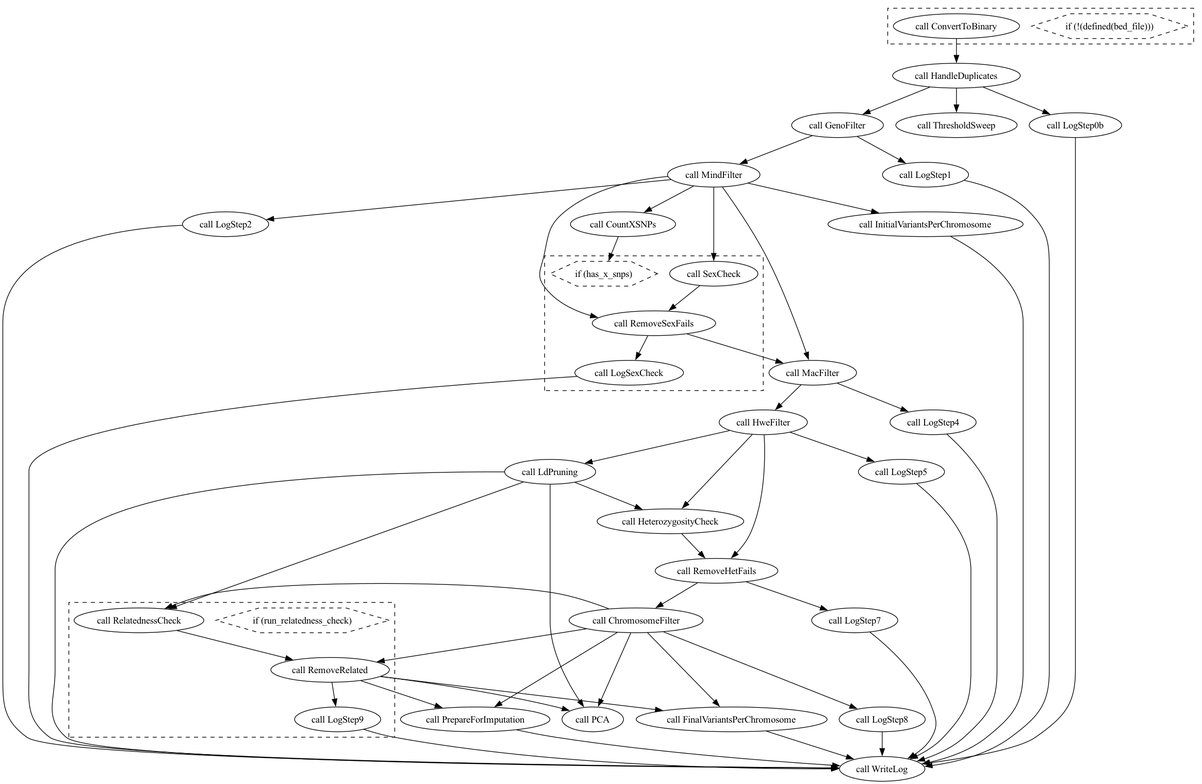
Earlier version of the Graphviz export doc/genotype_qc_preimputation.png (gwotto/genotype_qc_pipeline). Its source is kept beside it as doc/genotype_qc_preimputation.dot.
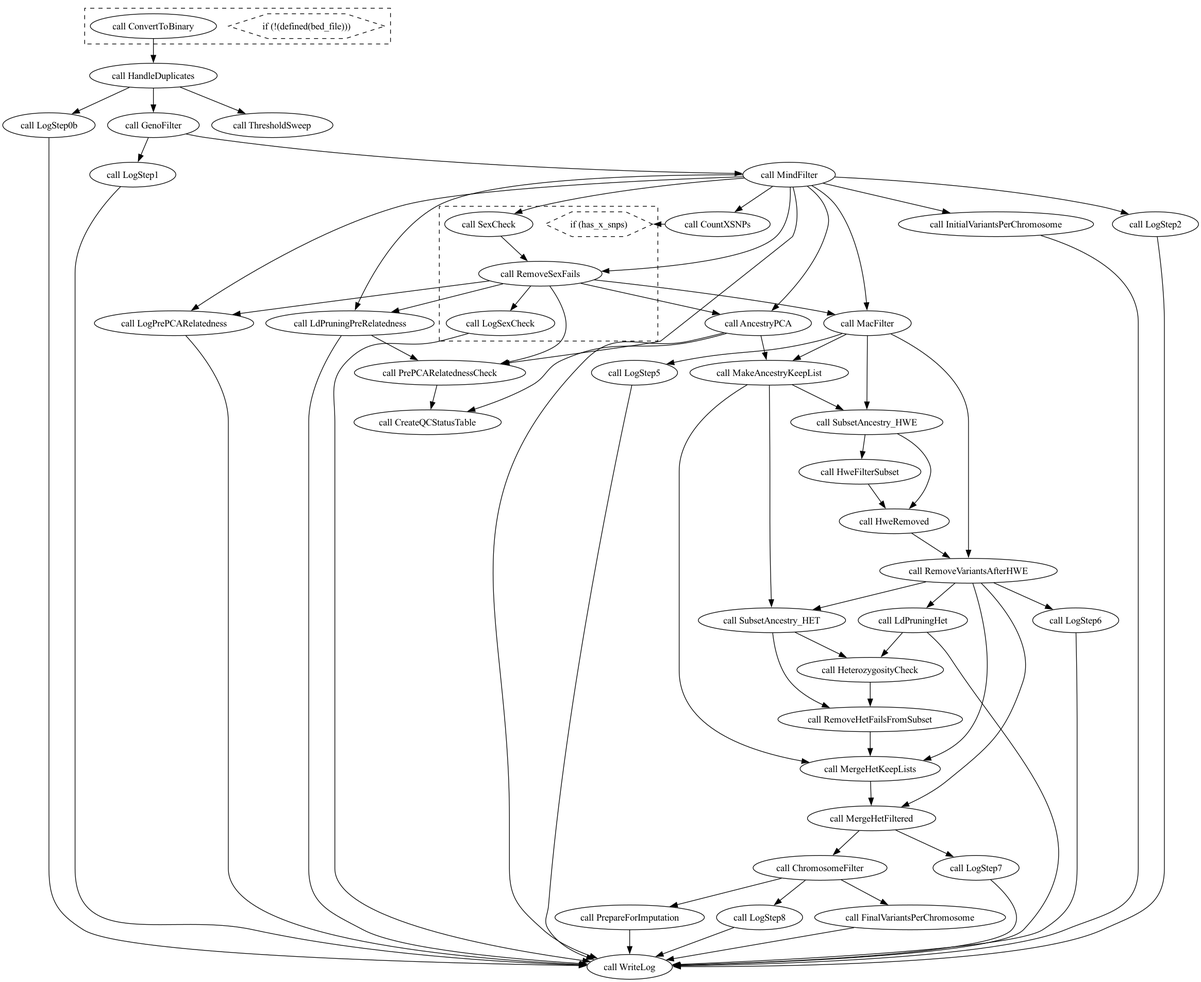
Later version of the same file.

Change to the diagram source:
```diff
@@ -3,103 +3,124 @@
   compound=true;
 
   # Links
-  CALL_HeterozygosityCheck -> CALL_RemoveHetFails
-  CALL_HandleDuplicates -> CALL_LogStep0b
-  CALL_LogStep7 -> CALL_WriteLog
-  CALL_LogSexCheck -> CALL_WriteLog
-  CALL_RemoveSexFails -> CALL_MacFilter
-  CALL_HandleDuplicates -> CALL_ThresholdSweep
-  CALL_LdPruning -> CALL_HeterozygosityCheck
+  CALL_RemoveHetFailsFromSubset -> CALL_MergeHetKeepLists
+  CALL_MindFilter -> CALL_PrePCARelatednessCheck
+  CALL_SubsetAncestry_HET -> CALL_HeterozygosityCheck
   CALL_RemoveSexFails -> CALL_LogSexCheck
-  CALL_LdPruning -> CALL_WriteLog
-  CALL_HweFilter -> CALL_LogStep5
-  CALL_LogStep9 -> CALL_WriteLog
-  CALL_LogStep0b -> CALL_WriteLog
-  CALL_LogStep4 -> CALL_WriteLog
-  CALL_HweFilter -> CALL_RemoveHetFails
+  CALL_RemoveSexFails -> CALL_LogPrePCARelatedness
+  CALL_LdPruningHet -> CALL_WriteLog
+  CALL_LdPruningPreRelatedness -> CALL_PrePCARelatednessCheck
+  CALL_LogPrePCARelatedness -> CALL_WriteLog
+  CALL_MakeAncestryKeepList -> CALL_SubsetAncestry_HWE
   CALL_MindFilter -> CALL_SexCheck
-  CALL_RemoveHetFails -> CALL_ChromosomeFilter
-  CALL_RemoveRelated -> CALL_PrepareForImputation
+  CALL_MergeHetFiltered -> CALL_ChromosomeFilter
   CALL_MindFilter -> CALL_CountXSNPs
-  CALL_MacFilter -> CALL_HweFilter
-  CALL_LdPruning -> CALL_PCA
-  CALL_LdPruning -> CALL_RelatednessCheck
+  CALL_AncestryPCA -> CALL_WriteLog
+  CALL_MergeHetKeepLists -> CALL_MergeHetFiltered
+  CALL_LdPruningHet -> CALL_HeterozygosityCheck
   CALL_CountXSNPs -> CONDITIONAL_1_EXPRESSION
+  CALL_MacFilter -> CALL_MakeAncestryKeepList
   CALL_LogStep8 -> CALL_WriteLog
   CALL_LogStep1 -> CALL_WriteLog
-  CALL_RemoveRelated -> CALL_PCA
   CALL_MindFilter -> CALL_RemoveSexFails
   CALL_LogStep5 -> CALL_WriteLog
   CALL_ChromosomeFilter -> CALL_FinalVariantsPerChromosome
+  CALL_SubsetAncestry_HET -> CALL_RemoveHetFailsFromSubset
+  CALL_HandleDuplicates -> CALL_LogStep0b
+  CALL_RemoveVariantsAfterHWE -> CALL_LogStep6
+  CALL_MacFilter -> CALL_SubsetAncestry_HWE
+  CALL_MindFilter -> CALL_LdPruningPreRelatedness
+  CALL_LogStep7 -> CALL_WriteLog
+  CALL_SubsetAncestry_HWE -> CALL_HweRemoved
   CALL_MindFilter -> CALL_InitialVariantsPerChromosome
-  CALL_ChromosomeFilter -> CALL_PCA
+  CALL_HweFilterSubset -> CALL_HweRemoved
+  CALL_RemoveVariantsAfterHWE -> CALL_MergeHetFiltered
   CALL_ConvertToBinary -> CALL_HandleDuplicates
   CALL_HandleDuplicates -> CALL_GenoFilter
-  CALL_MacFilter -> CALL_LogStep4
   CALL_MindFilter -> CALL_LogStep2
+  CALL_AncestryPCA -> CALL_CreateQCStatusTable
+  CALL_MacFilter -> CALL_RemoveVariantsAfterHWE
+  CALL_LogSexCheck -> CALL_WriteLog
   CALL_ChromosomeFilter -> CALL_LogStep8
+  CALL_LogStep6 -> CALL_WriteLog
   CALL_ChromosomeFilter -> CALL_PrepareForImputation
-  CALL_ChromosomeFilter -> CALL_RemoveRelated
   CALL_MindFilter -> CALL_MacFilter
-  CALL_HweFilter -> CALL_LdPruning
-  CALL_RelatednessCheck -> CALL_RemoveRelated
+  CALL_PrePCARelatednessCheck -> CALL_CreateQCStatusTable
   CALL_GenoFilter -> CALL_MindFilter
+  CALL_RemoveSexFails -> CALL_MacFilter
+  CALL_MergeHetFiltered -> CALL_LogStep7
   CALL_InitialVariantsPerChromosome -> CALL_WriteLog
   CALL_FinalVariantsPerChromosome -> CALL_WriteLog
-  CALL_HweFilter -> CALL_HeterozygosityCheck
+  CALL_SubsetAncestry_HWE -> CALL_HweFilterSubset
   CALL_SexCheck -> CALL_RemoveSexFails
-  CALL_RemoveRelated -> CALL_FinalVariantsPerChromosome
-  CALL_RemoveRelated -> CALL_LogStep9
+  CALL_MakeAncestryKeepList -> CALL_MergeHetKeepLists
+  CALL_RemoveVariantsAfterHWE -> CALL_MergeHetKeepLists
+  CALL_HandleDuplicates -> CALL_ThresholdSweep
+  CALL_HweRemoved -> CALL_RemoveVariantsAfterHWE
+  CALL_HeterozygosityCheck -> CALL_RemoveHetFailsFromSubset
   CALL_GenoFilter -> CALL_LogStep1
-  CALL_ChromosomeFilter -> CALL_RelatednessCheck
+  CALL_RemoveSexFails -> CALL_AncestryPCA
+  CALL_MindFilter -> CALL_LogPrePCARelatedness
+  CALL_LdPruningPreRelatedness -> CALL_WriteLog
+  CALL_RemoveSexFails -> CALL_LdPruningPreRelatedness
+  CALL_RemoveSexFails -> CALL_PrePCARelatednessCheck
+  CALL_MacFilter -> CALL_LogStep5
+  CALL_MindFilter -> CALL_AncestryPCA
   CALL_PrepareForImputation -> CALL_WriteLog
-  CALL_RemoveHetFails -> CALL_LogStep7
+  CALL_MakeAncestryKeepList -> CALL_SubsetAncestry_HET
   CALL_LogStep2 -> CALL_WriteLog
+  CALL_AncestryPCA -> CALL_MakeAncestryKeepList
+  CALL_RemoveVariantsAfterHWE -> CALL_LdPruningHet
+  CALL_RemoveVariantsAfterHWE -> CALL_SubsetAncestry_HET
+  CALL_LogStep0b -> CALL_WriteLog
 
   # Nodes
+  CALL_LogPrePCARelatedness [label="call LogPrePCARelatedness"]
+  CALL_MergeHetFiltered [label="call MergeHetFiltered"]
+  CALL_HweRemoved [label="call HweRemoved"]
+  CALL_LdPruningHet [label="call LdPruningHet"]
+  subgraph cluster_1 {
+    style="filled,dashed";
+    fillcolor=white;
+    CALL_RemoveSexFails [label="call RemoveSexFails"]
+    CALL_SexCheck [label="call SexCheck"]
+    CALL_LogSexCheck [label="call LogSexCheck"]
+    CONDITIONAL_1_EXPRESSION [shape="hexagon" label="if (has_x_snps)" style="dashed" ]
+  }
+  CALL_LogStep2 [label="call LogStep2"]
+  CALL_LogStep0b [label="call LogStep0b"]
+  CALL_CountXSNPs [label="call CountXSNPs"]
+  CALL_SubsetAncestry_HET [label="call SubsetAncestry_HET"]
+  CALL_RemoveVariantsAfterHWE [label="call RemoveVariantsAfterHWE"]
+  CALL_WriteLog [label="call WriteLog"]
+  CALL_ThresholdSweep [label="call ThresholdSweep"]
+  CALL_LogStep7 [label="call LogStep7"]
+  CALL_MakeAncestryKeepList [label="call MakeAncestryKeepList"]
+  CALL_HeterozygosityCheck [label="call HeterozygosityCheck"]
+  CALL_LogStep1 [label="call LogStep1"]
+  CALL_MergeHetKeepLists [label="call MergeHetKeepLists"]
+  CALL_PrePCARelatednessCheck [label="call PrePCARelatednessCheck"]
+  CALL_LogStep6 [label="call LogStep6"]
+  CALL_MindFilter [label="call MindFilter"]
+  CALL_LogStep8 [label="call LogStep8"]
+  CALL_MacFilter [label="call MacFilter"]
+  CALL_HandleDuplicates [label="call HandleDuplicates"]
+  CALL_CreateQCStatusTable [label="call CreateQCStatusTable"]
+  CALL_AncestryPCA [label="call AncestryPCA"]
+  CALL_LogStep5 [label="call LogStep5"]
   subgraph cluster_0 {
     style="filled,dashed";
     fillcolor=white;
-    CALL_RelatednessCheck [label="call RelatednessCheck"]
-    CALL_RemoveRelated [label="call RemoveRelated"]
-    CALL_LogStep9 [label="call LogStep9"]
-    CONDITIONAL_0_EXPRESSION [shape="hexagon" label="if (run_relatedness_check)" style="dashed" ]
+    CALL_ConvertToBinary [label="call ConvertToBinary"]
+    CONDITIONAL_0_EXPRESSION [shape="hexagon" label="if (!(defined(bed_file)))" style="dashed" ]
   }
-  CALL_WriteLog [label="call WriteLog"]
-  subgraph cluster_2 {
-    style="filled,dashed";
-    fillcolor=white;
-    CALL_ConvertToBinary [label="call ConvertToBinary"]
-    CONDITIONAL_2_EXPRESSION [shape="hexagon" label="if (!(defined(bed_file)))" style="dashed" ]
-  }
-  subgraph cluster_1 {
-    style="filled,dashed";
-    fillcolor=white;
-    CALL_LogSexCheck [label="call LogSexCheck"]
-    CALL_SexCheck [label="call SexCheck"]
-    CALL_RemoveSexFails [label="call RemoveSexFails"]
-    CONDITIONAL_1_EXPRESSION [shape="hexagon" label="if (has_x_snps)" style="dashed" ]
-  }
-  CALL_LdPruning [label="call LdPruning"]
-  CALL_MindFilter [label="call MindFilter"]
-  CALL_LogStep5 [label="call LogStep5"]
+  CALL_LdPruningPreRelatedness [label="call LdPruningPreRelatedness"]
   CALL_FinalVariantsPerChromosome [label="call FinalVariantsPerChromosome"]
-  CALL_RemoveHetFails [label="call RemoveHetFails"]
-  CALL_PCA [label="call PCA"]
-  CALL_LogStep2 [label="call LogStep2"]
-  CALL_CountXSNPs [label="call CountXSNPs"]
-  CALL_LogStep0b [label="call LogStep0b"]
-  CALL_ThresholdSweep [label="call ThresholdSweep"]
-  CALL_LogStep7 [label="call LogStep7"]
-  CALL_LogStep4 [label="call LogStep4"]
-  CALL_HeterozygosityCheck [label="call HeterozygosityCheck"]
-  CALL_LogStep1 [label="call LogStep1"]
-  CALL_LogStep8 [label="call LogStep8"]
-  CALL_MacFilter [label="call MacFilter"]
-  CALL_HandleDuplicates [label="call HandleDuplicates"]
   CALL_InitialVariantsPerChromosome [label="call InitialVariantsPerChromosome"]
+  CALL_HweFilterSubset [label="call HweFilterSubset"]
   CALL_GenoFilter [label="call GenoFilter"]
   CALL_ChromosomeFilter [label="call ChromosomeFilter"]
   CALL_PrepareForImputation [label="call PrepareForImputation"]
-  CALL_HweFilter [label="call HweFilter"]
+  CALL_SubsetAncestry_HWE [label="call SubsetAncestry_HWE"]
+  CALL_RemoveHetFailsFromSubset [label="call RemoveHetFailsFromSubset"]
 }
```
